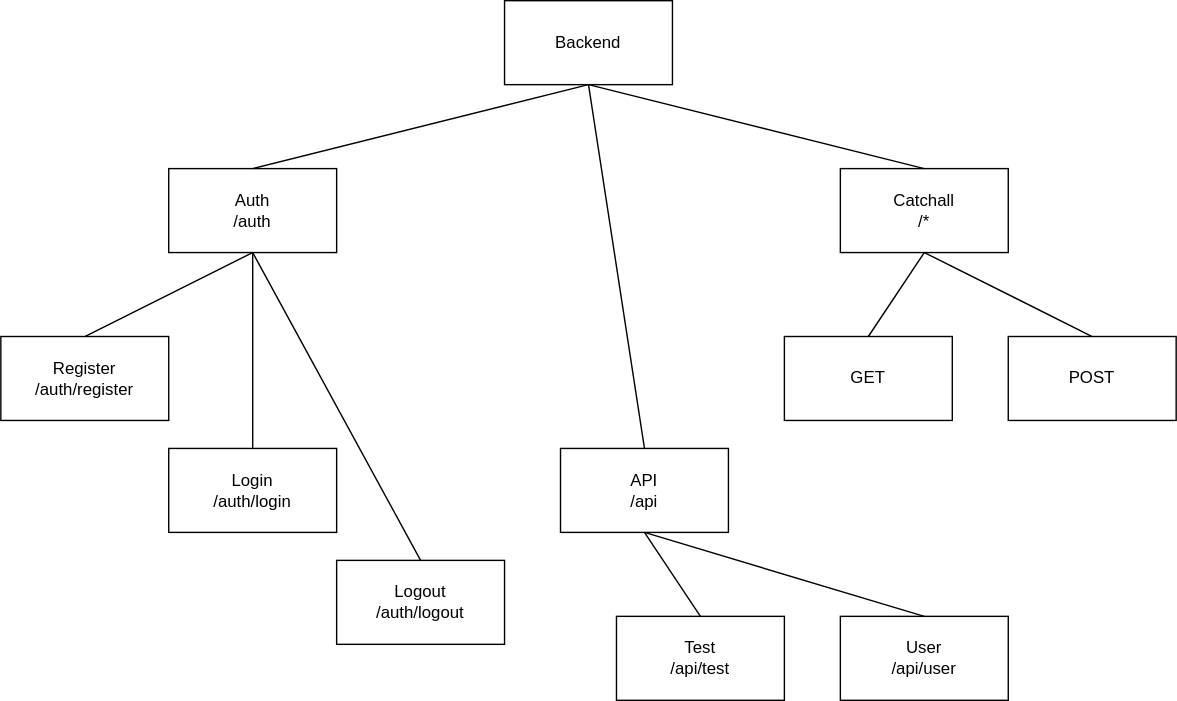
This is overview.drawio.svg from bighill/headless-node-session-auth, a draw.io export, as it was before one commit. Source tidied: cells renumbered, new cells last; positions are measured from the earlier drawing's top-left corner, leaving out a move shared by most shapes. Its diagram source:
```xml
<mxGraphModel>
  <root>
    <mxCell id="0" />
    <mxCell id="1" parent="0" />
    <mxCell id="2" value="Backend" style="rounded=0;whiteSpace=wrap;html=1;" parent="1" vertex="1">
      <mxGeometry x="360" width="120" height="60" as="geometry" />
    </mxCell>
    <mxCell id="3" value="Catchall&lt;br&gt;/*" style="rounded=0;whiteSpace=wrap;html=1;" parent="1" vertex="1">
      <mxGeometry x="600" y="120" width="120" height="60" as="geometry" />
    </mxCell>
    <mxCell id="4" value="API&lt;br&gt;/api" style="rounded=0;whiteSpace=wrap;html=1;" parent="1" vertex="1">
      <mxGeometry x="400" y="320" width="120" height="60" as="geometry" />
    </mxCell>
    <mxCell id="5" value="Auth&lt;br&gt;/auth" style="rounded=0;whiteSpace=wrap;html=1;" parent="1" vertex="1">
      <mxGeometry x="120" y="120" width="120" height="60" as="geometry" />
    </mxCell>
    <mxCell id="6" value="User&lt;br&gt;/api/user" style="rounded=0;whiteSpace=wrap;html=1;" parent="1" vertex="1">
      <mxGeometry x="600" y="440" width="120" height="60" as="geometry" />
    </mxCell>
    <mxCell id="7" value="Test&lt;br&gt;/api/test" style="rounded=0;whiteSpace=wrap;html=1;" parent="1" vertex="1">
      <mxGeometry x="440" y="440" width="120" height="60" as="geometry" />
    </mxCell>
    <mxCell id="8" value="GET" style="rounded=0;whiteSpace=wrap;html=1;" parent="1" vertex="1">
      <mxGeometry x="560" y="240" width="120" height="60" as="geometry" />
    </mxCell>
    <mxCell id="9" value="POST" style="rounded=0;whiteSpace=wrap;html=1;" parent="1" vertex="1">
      <mxGeometry x="720" y="240" width="120" height="60" as="geometry" />
    </mxCell>
    <mxCell id="10" value="Logout&lt;br&gt;/auth/logout" style="rounded=0;whiteSpace=wrap;html=1;" parent="1" vertex="1">
      <mxGeometry x="240" y="400" width="120" height="60" as="geometry" />
    </mxCell>
    <mxCell id="11" value="Login&lt;br&gt;/auth/login" style="rounded=0;whiteSpace=wrap;html=1;" parent="1" vertex="1">
      <mxGeometry x="120" y="320" width="120" height="60" as="geometry" />
    </mxCell>
    <mxCell id="12" value="Register&lt;br&gt;/auth/register" style="rounded=0;whiteSpace=wrap;html=1;" parent="1" vertex="1">
      <mxGeometry y="240" width="120" height="60" as="geometry" />
    </mxCell>
    <mxCell id="13" style="endArrow=none;html=1;entryX=0.5;entryY=1;entryDx=0;entryDy=0;exitX=0.5;exitY=0;exitDx=0;exitDy=0;" parent="1" edge="1" source="5" target="2">
      <mxGeometry relative="1" as="geometry" />
    </mxCell>
    <mxCell id="14" style="endArrow=none;html=1;entryX=0.5;entryY=0;entryDx=0;entryDy=0;exitX=0.5;exitY=1;exitDx=0;exitDy=0;" parent="1" edge="1" source="2" target="3">
      <mxGeometry relative="1" as="geometry" />
    </mxCell>
    <mxCell id="15" style="endArrow=none;html=1;entryX=0.5;entryY=1;entryDx=0;entryDy=0;exitX=0.5;exitY=0;exitDx=0;exitDy=0;" parent="1" edge="1" source="4" target="2">
      <mxGeometry relative="1" as="geometry" />
    </mxCell>
    <mxCell id="16" style="endArrow=none;html=1;entryX=0.5;entryY=1;entryDx=0;entryDy=0;exitX=0.5;exitY=0;exitDx=0;exitDy=0;" parent="1" edge="1" source="8" target="3">
      <mxGeometry relative="1" as="geometry" />
    </mxCell>
    <mxCell id="17" style="endArrow=none;html=1;entryX=0.5;entryY=0;entryDx=0;entryDy=0;exitX=0.5;exitY=1;exitDx=0;exitDy=0;" parent="1" edge="1" source="3" target="9">
      <mxGeometry relative="1" as="geometry" />
    </mxCell>
    <mxCell id="18" style="endArrow=none;html=1;entryX=0.5;entryY=0;entryDx=0;entryDy=0;exitX=0.5;exitY=1;exitDx=0;exitDy=0;" parent="1" edge="1" source="5" target="11">
      <mxGeometry relative="1" as="geometry" />
    </mxCell>
    <mxCell id="19" style="endArrow=none;html=1;entryX=0.5;entryY=0;entryDx=0;entryDy=0;exitX=0.5;exitY=1;exitDx=0;exitDy=0;" parent="1" edge="1" source="5" target="10">
      <mxGeometry relative="1" as="geometry" />
    </mxCell>
    <mxCell id="20" style="endArrow=none;html=1;entryX=0.5;entryY=1;entryDx=0;entryDy=0;exitX=0.5;exitY=0;exitDx=0;exitDy=0;" parent="1" edge="1" source="12" target="5">
      <mxGeometry relative="1" as="geometry" />
    </mxCell>
    <mxCell id="21" style="endArrow=none;html=1;entryX=0.5;entryY=0;entryDx=0;entryDy=0;exitX=0.5;exitY=1;exitDx=0;exitDy=0;" parent="1" edge="1" source="4" target="7">
      <mxGeometry relative="1" as="geometry" />
    </mxCell>
    <mxCell id="22" style="endArrow=none;html=1;entryX=0.5;entryY=0;entryDx=0;entryDy=0;exitX=0.5;exitY=1;exitDx=0;exitDy=0;" parent="1" edge="1" source="4" target="6">
      <mxGeometry relative="1" as="geometry" />
    </mxCell>
  </root>
</mxGraphModel>
```
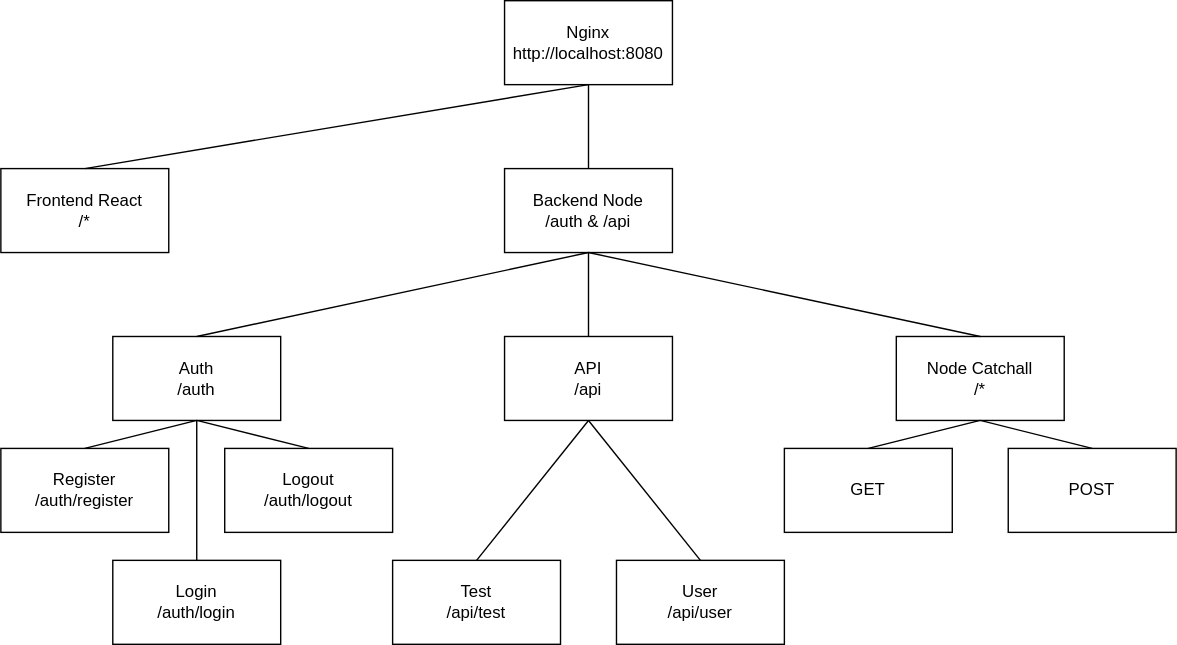
Later version of the same file.

What changed in the source:
```diff
@@ -2,38 +2,38 @@
   <root>
     <mxCell id="0" />
     <mxCell id="1" parent="0" />
-    <mxCell id="2" value="Backend" style="rounded=0;whiteSpace=wrap;html=1;" parent="1" vertex="1">
-      <mxGeometry x="360" width="120" height="60" as="geometry" />
+    <mxCell id="2" value="Backend Node&lt;br&gt;/auth &amp;amp; /api" style="rounded=0;whiteSpace=wrap;html=1;" parent="1" vertex="1">
+      <mxGeometry x="360" y="80" width="120" height="60" as="geometry" />
     </mxCell>
-    <mxCell id="3" value="Catchall&lt;br&gt;/*" style="rounded=0;whiteSpace=wrap;html=1;" parent="1" vertex="1">
-      <mxGeometry x="600" y="120" width="120" height="60" as="geometry" />
+    <mxCell id="3" value="Node Catchall&lt;br&gt;/*" style="rounded=0;whiteSpace=wrap;html=1;" parent="1" vertex="1">
+      <mxGeometry x="640" y="200" width="120" height="60" as="geometry" />
     </mxCell>
     <mxCell id="4" value="API&lt;br&gt;/api" style="rounded=0;whiteSpace=wrap;html=1;" parent="1" vertex="1">
-      <mxGeometry x="400" y="320" width="120" height="60" as="geometry" />
+      <mxGeometry x="360" y="200" width="120" height="60" as="geometry" />
     </mxCell>
     <mxCell id="5" value="Auth&lt;br&gt;/auth" style="rounded=0;whiteSpace=wrap;html=1;" parent="1" vertex="1">
-      <mxGeometry x="120" y="120" width="120" height="60" as="geometry" />
+      <mxGeometry x="80" y="200" width="120" height="60" as="geometry" />
     </mxCell>
     <mxCell id="6" value="User&lt;br&gt;/api/user" style="rounded=0;whiteSpace=wrap;html=1;" parent="1" vertex="1">
-      <mxGeometry x="600" y="440" width="120" height="60" as="geometry" />
+      <mxGeometry x="440" y="360" width="120" height="60" as="geometry" />
     </mxCell>
     <mxCell id="7" value="Test&lt;br&gt;/api/test" style="rounded=0;whiteSpace=wrap;html=1;" parent="1" vertex="1">
-      <mxGeometry x="440" y="440" width="120" height="60" as="geometry" />
+      <mxGeometry x="280" y="360" width="120" height="60" as="geometry" />
     </mxCell>
     <mxCell id="8" value="GET" style="rounded=0;whiteSpace=wrap;html=1;" parent="1" vertex="1">
-      <mxGeometry x="560" y="240" width="120" height="60" as="geometry" />
+      <mxGeometry x="560" y="280" width="120" height="60" as="geometry" />
     </mxCell>
     <mxCell id="9" value="POST" style="rounded=0;whiteSpace=wrap;html=1;" parent="1" vertex="1">
-      <mxGeometry x="720" y="240" width="120" height="60" as="geometry" />
+      <mxGeometry x="720" y="280" width="120" height="60" as="geometry" />
     </mxCell>
     <mxCell id="10" value="Logout&lt;br&gt;/auth/logout" style="rounded=0;whiteSpace=wrap;html=1;" parent="1" vertex="1">
-      <mxGeometry x="240" y="400" width="120" height="60" as="geometry" />
+      <mxGeometry x="160" y="280" width="120" height="60" as="geometry" />
     </mxCell>
     <mxCell id="11" value="Login&lt;br&gt;/auth/login" style="rounded=0;whiteSpace=wrap;html=1;" parent="1" vertex="1">
-      <mxGeometry x="120" y="320" width="120" height="60" as="geometry" />
+      <mxGeometry x="80" y="360" width="120" height="60" as="geometry" />
     </mxCell>
     <mxCell id="12" value="Register&lt;br&gt;/auth/register" style="rounded=0;whiteSpace=wrap;html=1;" parent="1" vertex="1">
-      <mxGeometry y="240" width="120" height="60" as="geometry" />
+      <mxGeometry y="280" width="120" height="60" as="geometry" />
     </mxCell>
     <mxCell id="13" style="endArrow=none;html=1;entryX=0.5;entryY=1;entryDx=0;entryDy=0;exitX=0.5;exitY=0;exitDx=0;exitDy=0;" parent="1" edge="1" source="5" target="2">
       <mxGeometry relative="1" as="geometry" />
@@ -65,5 +65,17 @@
     <mxCell id="22" style="endArrow=none;html=1;entryX=0.5;entryY=0;entryDx=0;entryDy=0;exitX=0.5;exitY=1;exitDx=0;exitDy=0;" parent="1" edge="1" source="4" target="6">
       <mxGeometry relative="1" as="geometry" />
     </mxCell>
+    <mxCell id="23" value="Frontend React&lt;br&gt;/*" style="rounded=0;whiteSpace=wrap;html=1;" parent="1" vertex="1">
+      <mxGeometry y="80" width="120" height="60" as="geometry" />
+    </mxCell>
+    <mxCell id="24" value="Nginx&lt;br&gt;http://localhost:8080" style="rounded=0;whiteSpace=wrap;html=1;" parent="1" vertex="1">
+      <mxGeometry x="360" y="-40" width="120" height="60" as="geometry" />
+    </mxCell>
+    <mxCell id="25" style="endArrow=none;html=1;entryX=0.5;entryY=1;entryDx=0;entryDy=0;exitX=0.5;exitY=0;exitDx=0;exitDy=0;" parent="1" edge="1" source="23" target="24">
+      <mxGeometry relative="1" as="geometry" />
+    </mxCell>
+    <mxCell id="26" style="endArrow=none;html=1;entryX=0.5;entryY=0;entryDx=0;entryDy=0;exitX=0.5;exitY=1;exitDx=0;exitDy=0;" parent="1" edge="1" source="24" target="2">
+      <mxGeometry relative="1" as="geometry" />
+    </mxCell>
   </root>
 </mxGraphModel>
```
